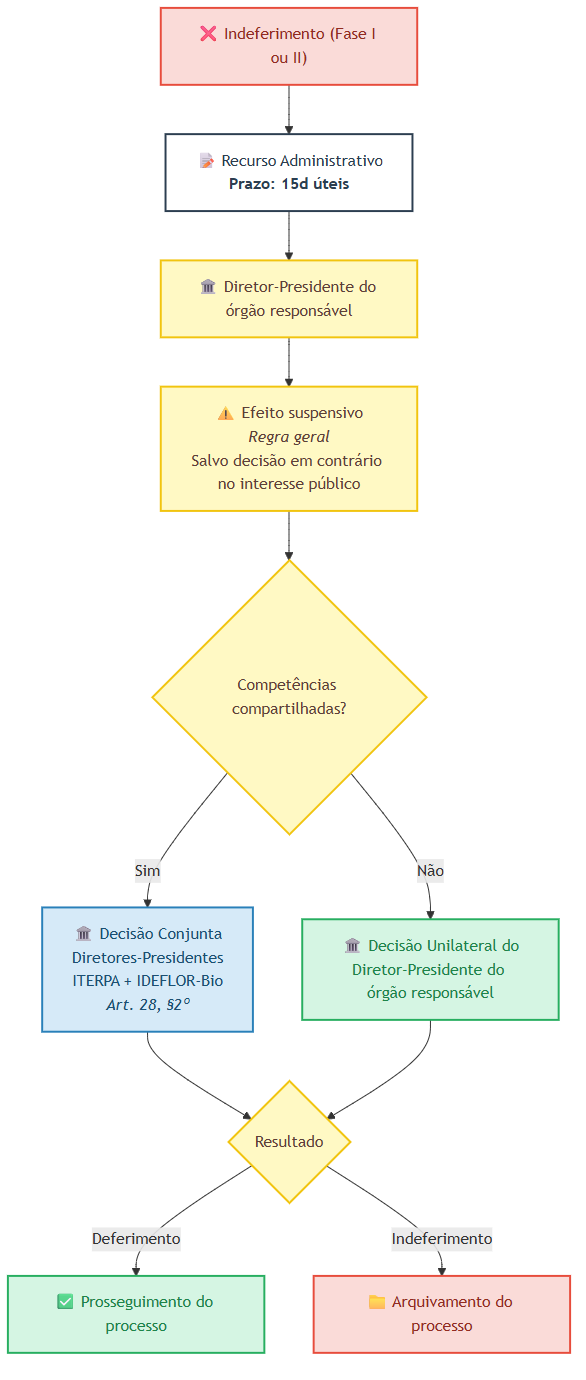
Earlier version of the Mermaid export docs/03-fluxos/imagens/08-recursos.png (NGEO-IDEFLOR-Bio/certFundiaria-uces-pa). Its source is kept beside it as docs/03-fluxos/imagens/08-recursos.mmd. Its diagram source:
```mermaid
flowchart TD
    classDef decisao fill:#FFF9C4,stroke:#F1C40F,stroke-width:2px,color:#5D4037
    classDef rejeicao fill:#FADBD8,stroke:#E74C3C,stroke-width:2px,color:#922B21
    classDef iterpa fill:#D6EAF8,stroke:#2980B9,stroke-width:2px,color:#1B4F72
    classDef ideflor fill:#D5F5E3,stroke:#27AE60,stroke-width:2px,color:#1E8449
    classDef inicio fill:#FFFFFF,stroke:#2C3E50,stroke-width:2px,color:#2C3E50

    INDEF["❌ Indeferimento (Fase I ou II)"]:::rejeicao
    --> REC["📝 Recurso Administrativo<br/><b>Prazo: 15d úteis</b>"]:::inicio

    REC --> DIR["🏛️ Diretor-Presidente do órgão responsável"]:::decisao

    DIR --> EFEITO["⚠️ Efeito suspensivo<br/><i>Regra geral</i><br/>Salvo decisão em contrário no interesse público"]:::decisao

    EFEITO --> COMP{"Competências compartilhadas?"}:::decisao

    COMP --> |Sim| CONJ["🏛️ Decisão Conjunta<br/>Diretores-Presidentes<br/>ITERPA + IDEFLOR-Bio<br/><i>Art. 28, §2º</i>"]:::iterpa
    COMP --> |Não| UNI["🏛️ Decisão Unilateral do<br/>Diretor-Presidente do órgão responsável"]:::ideflor

    CONJ --> RESULT{"Resultado"}:::decisao
    UNI --> RESULT

    RESULT --> |Deferimento| PROSSEGUIR["✅ Prosseguimento do processo"]:::ideflor
    RESULT --> |Indeferimento| ARQUIVAR["📁 Arquivamento do processo"]:::rejeicao

    style INDEF stroke-width:2px
```
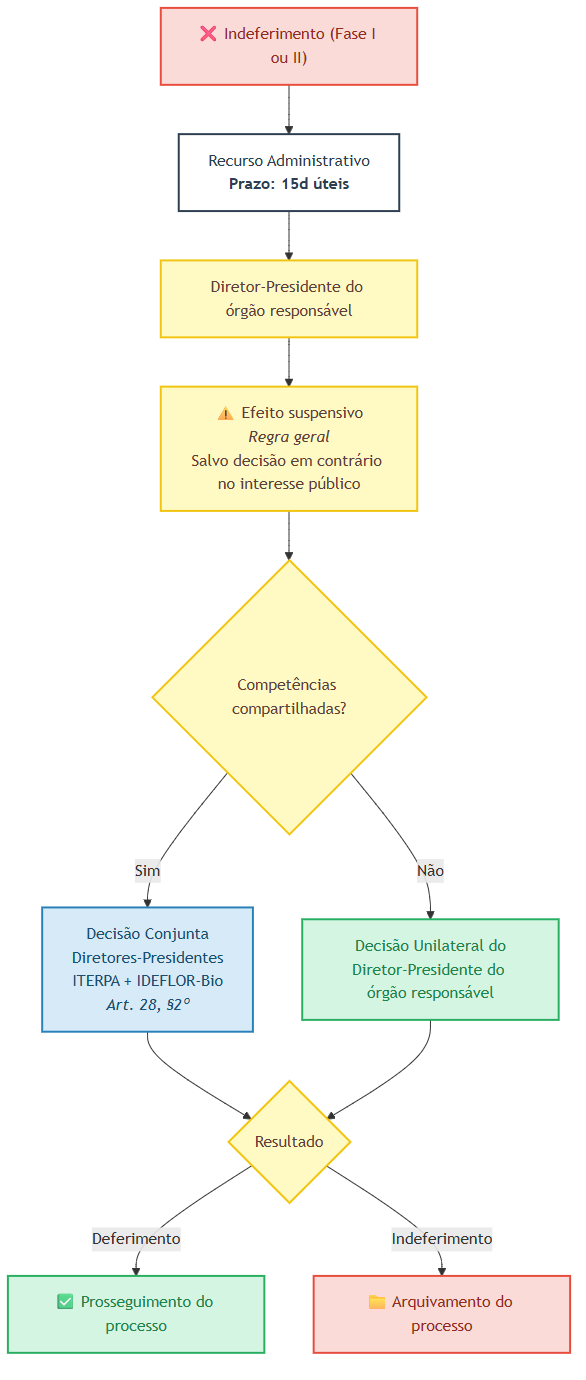
After the commit.

Diff of the diagram source:
```diff
@@ -6,16 +6,16 @@
     classDef inicio fill:#FFFFFF,stroke:#2C3E50,stroke-width:2px,color:#2C3E50
 
     INDEF["❌ Indeferimento (Fase I ou II)"]:::rejeicao
-    --> REC["📝 Recurso Administrativo<br/><b>Prazo: 15d úteis</b>"]:::inicio
+    --> REC["Recurso Administrativo<br/><b>Prazo: 15d úteis</b>"]:::inicio
 
-    REC --> DIR["🏛️ Diretor-Presidente do órgão responsável"]:::decisao
+    REC --> DIR["Diretor-Presidente do órgão responsável"]:::decisao
 
     DIR --> EFEITO["⚠️ Efeito suspensivo<br/><i>Regra geral</i><br/>Salvo decisão em contrário no interesse público"]:::decisao
 
     EFEITO --> COMP{"Competências compartilhadas?"}:::decisao
 
-    COMP --> |Sim| CONJ["🏛️ Decisão Conjunta<br/>Diretores-Presidentes<br/>ITERPA + IDEFLOR-Bio<br/><i>Art. 28, §2º</i>"]:::iterpa
-    COMP --> |Não| UNI["🏛️ Decisão Unilateral do<br/>Diretor-Presidente do órgão responsável"]:::ideflor
+    COMP --> |Sim| CONJ["Decisão Conjunta<br/>Diretores-Presidentes<br/>ITERPA + IDEFLOR-Bio<br/><i>Art. 28, §2º</i>"]:::iterpa
+    COMP --> |Não| UNI["Decisão Unilateral do<br/>Diretor-Presidente do órgão responsável"]:::ideflor
 
     CONJ --> RESULT{"Resultado"}:::decisao
     UNI --> RESULT
```
